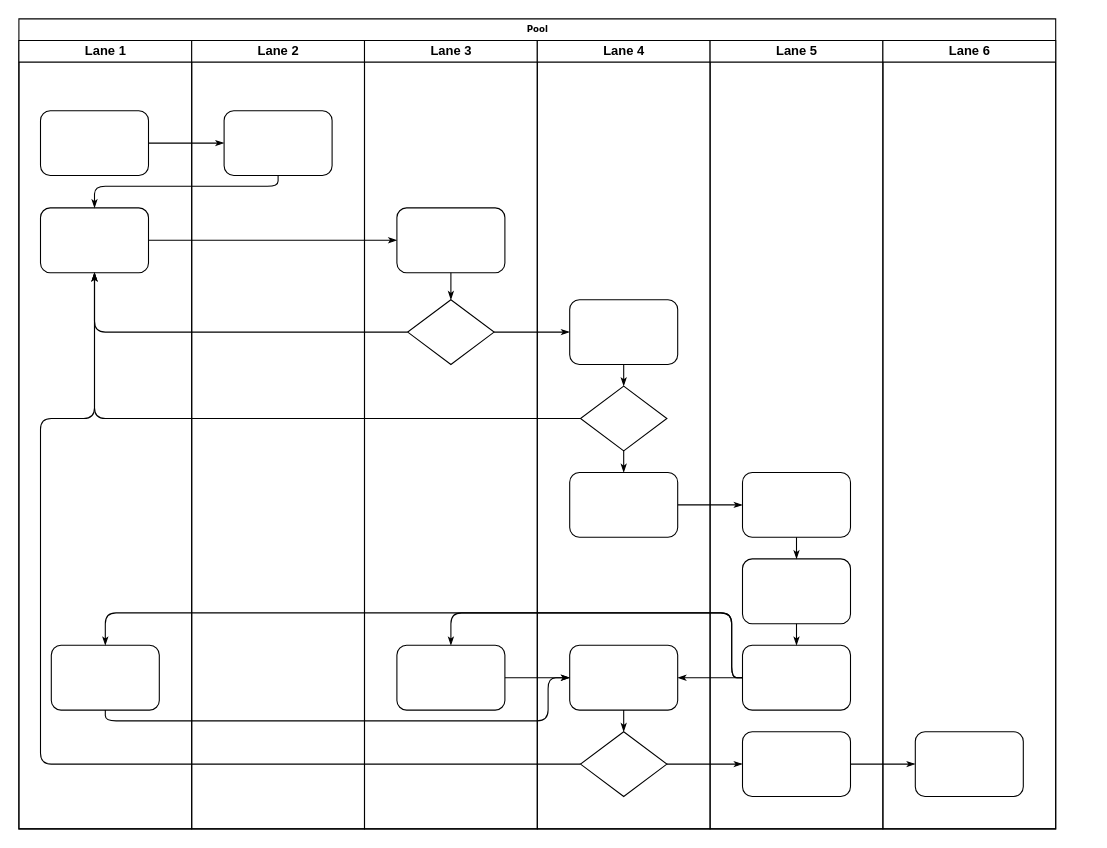
Earlier version of the draw.io diagram diagrams/poi流程.drawio (FElxy/notes). Source tidied: cells renumbered, new cells numbered last; positions are measured from the earlier drawing's top-left corner, leaving out a move shared by most shapes. Both pictures are drawn from the tidied source at 108%, with x=0, y=0 at pixel (18, 18).
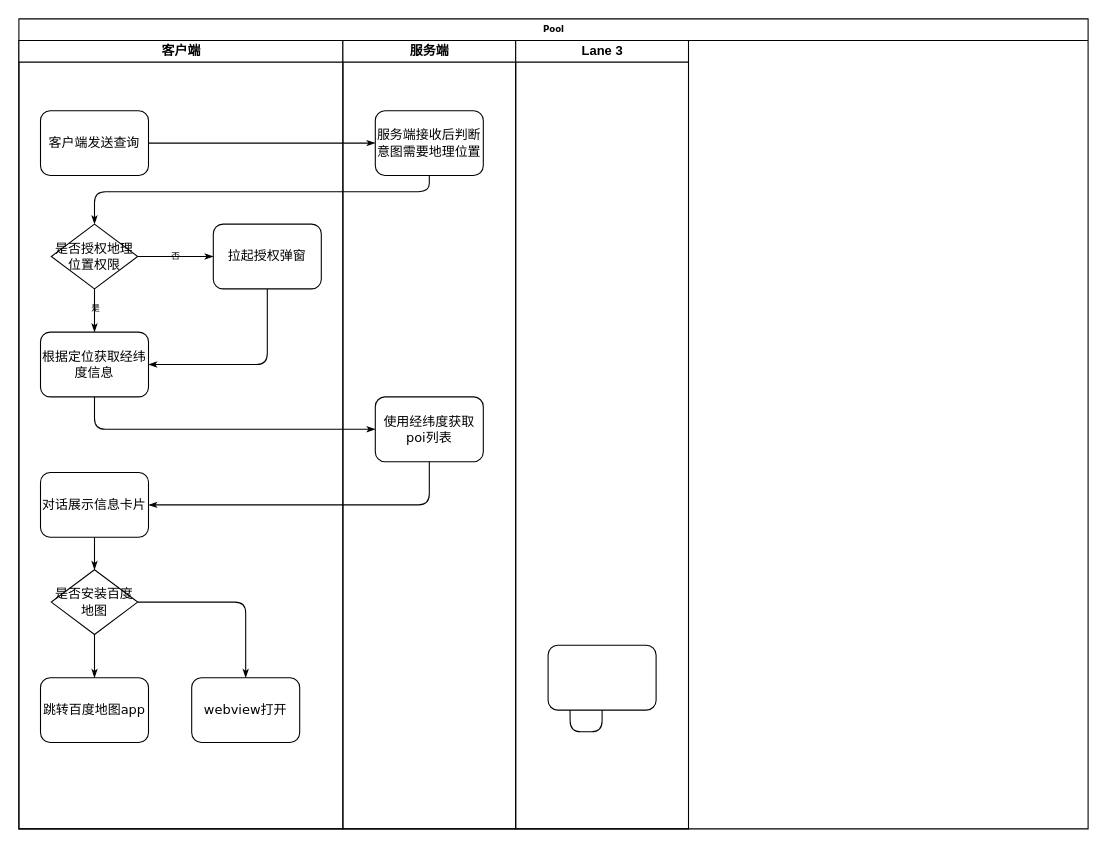
Above is the later version.

The change refers to these unchanged cells:
```xml
<mxCell id="27" style="rounded=1;whiteSpace=wrap;html=1;shadow=0;labelBackgroundColor=none;strokeWidth=1;fontFamily=Verdana;fontSize=8;align=center;" parent="24" vertex="1">
  <mxGeometry x="30" y="560" width="100" height="60" as="geometry" />
</mxCell>
```

Diff of the diagram source:
```diff
@@
     <mxCell id="2" value="Pool" style="swimlane;html=1;startSize=20;rounded=0;shadow=0;labelBackgroundColor=none;strokeWidth=1;fontFamily=Verdana;fontSize=8;align=center;" parent="1" vertex="1">
-      <mxGeometry width="960" height="750" as="geometry" />
+      <mxGeometry width="990" height="750" as="geometry" />
     </mxCell>
+    <mxCell id="7" style="edgeStyle=orthogonalEdgeStyle;rounded=1;html=1;labelBackgroundColor=none;startArrow=none;startFill=0;startSize=5;endArrow=classicThin;endFill=1;endSize=5;jettySize=auto;strokeWidth=1;fontFamily=Verdana;fontSize=8;" parent="2" edge="1" source="4" target="23">
+      <mxGeometry relative="1" as="geometry" />
+    </mxCell>
+    <mxCell id="8" style="edgeStyle=orthogonalEdgeStyle;rounded=1;html=1;labelBackgroundColor=none;startArrow=none;startFill=0;startSize=5;endArrow=classicThin;endFill=1;endSize=5;jettySize=auto;strokeWidth=1;fontFamily=Verdana;fontSize=8;entryX=0.5;entryY=0;entryDx=0;entryDy=0;exitX=0.5;exitY=1;exitDx=0;exitDy=0;" parent="2" edge="1" source="23" target="49">
+      <mxGeometry relative="1" as="geometry">
+        <Array as="points">
+          <mxPoint x="380" y="160" />
+          <mxPoint x="70" y="160" />
+        </Array>
+      </mxGeometry>
+    </mxCell>
+    <mxCell id="21" style="edgeStyle=orthogonalEdgeStyle;rounded=1;html=1;labelBackgroundColor=none;startArrow=none;startFill=0;startSize=5;endArrow=classicThin;endFill=1;endSize=5;jettySize=auto;strokeWidth=1;fontFamily=Verdana;fontSize=8;" parent="2" edge="1" source="27">
+      <mxGeometry relative="1" as="geometry">
+        <mxPoint x="510" y="610" as="targetPoint" />
+      </mxGeometry>
+    </mxCell>
-    <mxCell id="3" value="Lane 1" style="swimlane;html=1;startSize=20;" parent="2" vertex="1">
-      <mxGeometry y="20" width="160" height="730" as="geometry" />
+    <mxCell id="3" value="客户端" style="swimlane;html=1;startSize=20;" parent="2" vertex="1">
+      <mxGeometry y="20" width="300" height="730" as="geometry" />
     </mxCell>
-    <mxCell id="4" style="rounded=1;whiteSpace=wrap;html=1;shadow=0;labelBackgroundColor=none;strokeWidth=1;fontFamily=Verdana;fontSize=8;align=center;" parent="3" vertex="1">
+    <mxCell id="4" value="&lt;font style=&quot;font-size: 12px;&quot;&gt;客户端发送查询&lt;/font&gt;" style="rounded=1;whiteSpace=wrap;html=1;shadow=0;labelBackgroundColor=none;strokeWidth=1;fontFamily=Verdana;fontSize=8;align=center;" parent="3" vertex="1">
       <mxGeometry x="20" y="65" width="100" height="60" as="geometry" />
     </mxCell>
-    <mxCell id="5" style="rounded=1;whiteSpace=wrap;html=1;shadow=0;labelBackgroundColor=none;strokeWidth=1;fontFamily=Verdana;fontSize=8;align=center;" parent="3" vertex="1">
-      <mxGeometry x="20" y="155" width="100" height="60" as="geometry" />
-    </mxCell>
-    <mxCell id="6" style="rounded=1;whiteSpace=wrap;html=1;shadow=0;labelBackgroundColor=none;strokeWidth=1;fontFamily=Verdana;fontSize=8;align=center;" parent="3" vertex="1">
-      <mxGeometry x="30" y="560" width="100" height="60" as="geometry" />
+    <mxCell id="6" value="&lt;font style=&quot;font-size: 12px;&quot;&gt;根据定位获取经纬度信息&lt;/font&gt;" style="rounded=1;whiteSpace=wrap;html=1;shadow=0;labelBackgroundColor=none;strokeWidth=1;fontFamily=Verdana;fontSize=8;align=center;" parent="3" vertex="1">
+      <mxGeometry x="20" y="270" width="100" height="60" as="geometry" />
     </mxCell>
-    <mxCell id="7" style="edgeStyle=orthogonalEdgeStyle;rounded=1;html=1;labelBackgroundColor=none;startArrow=none;startFill=0;startSize=5;endArrow=classicThin;endFill=1;endSize=5;jettySize=auto;strokeWidth=1;fontFamily=Verdana;fontSize=8;" parent="2" edge="1" source="4" target="23">
-      <mxGeometry relative="1" as="geometry" />
-    </mxCell>
-    <mxCell id="8" style="edgeStyle=orthogonalEdgeStyle;rounded=1;html=1;labelBackgroundColor=none;startArrow=none;startFill=0;startSize=5;endArrow=classicThin;endFill=1;endSize=5;jettySize=auto;strokeWidth=1;fontFamily=Verdana;fontSize=8;" parent="2" edge="1" source="23" target="5">
-      <mxGeometry relative="1" as="geometry">
-        <Array as="points">
-          <mxPoint x="240" y="155" />
-          <mxPoint x="70" y="155" />
-        </Array>
-      </mxGeometry>
-    </mxCell>
+    <mxCell id="47" style="edgeStyle=orthogonalEdgeStyle;rounded=1;jettySize=auto;html=1;exitX=0.5;exitY=1;exitDx=0;exitDy=0;strokeColor=default;strokeWidth=1;align=center;verticalAlign=middle;fontFamily=Verdana;fontSize=8;fontColor=default;labelBackgroundColor=none;startArrow=none;startFill=0;startSize=5;endArrow=classicThin;endFill=1;endSize=5;" parent="3" edge="1" source="49" target="6">
+      <mxGeometry relative="1" as="geometry" />
+    </mxCell>
+    <mxCell id="48" value="是" style="edgeLabel;html=1;align=center;verticalAlign=middle;rounded=1;strokeColor=default;strokeWidth=1;fontFamily=Verdana;fontSize=8;fontColor=default;labelBackgroundColor=none;" parent="47" vertex="1">
+      <mxGeometry x="-0.13" relative="1" as="geometry" />
+    </mxCell>
+    <mxCell id="49" value="&lt;font style=&quot;font-size: 12px;&quot;&gt;是否授权地理位置权限&lt;/font&gt;" style="rhombus;whiteSpace=wrap;html=1;rounded=0;shadow=0;labelBackgroundColor=none;strokeWidth=1;fontFamily=Verdana;fontSize=8;align=center;" parent="3" vertex="1">
+      <mxGeometry x="30" y="170" width="80" height="60" as="geometry" />
+    </mxCell>
+    <mxCell id="50" style="edgeStyle=orthogonalEdgeStyle;rounded=1;jettySize=auto;html=1;exitX=0.5;exitY=1;exitDx=0;exitDy=0;entryX=1;entryY=0.5;entryDx=0;entryDy=0;strokeColor=default;strokeWidth=1;align=center;verticalAlign=middle;fontFamily=Verdana;fontSize=8;fontColor=default;labelBackgroundColor=none;startArrow=none;startFill=0;startSize=5;endArrow=classicThin;endFill=1;endSize=5;" parent="3" edge="1" source="25" target="6">
+      <mxGeometry relative="1" as="geometry" />
+    </mxCell>
+    <mxCell id="25" value="&lt;font style=&quot;font-size: 12px;&quot;&gt;拉起授权弹窗&lt;/font&gt;" style="rounded=1;whiteSpace=wrap;html=1;shadow=0;labelBackgroundColor=none;strokeWidth=1;fontFamily=Verdana;fontSize=8;align=center;" parent="3" vertex="1">
+      <mxGeometry x="180" y="170" width="100" height="60" as="geometry" />
+    </mxCell>
-    <mxCell id="9" style="edgeStyle=orthogonalEdgeStyle;rounded=1;html=1;labelBackgroundColor=none;startArrow=none;startFill=0;startSize=5;endArrow=classicThin;endFill=1;endSize=5;jettySize=auto;strokeWidth=1;fontFamily=Verdana;fontSize=8;" parent="2" edge="1" source="5" target="25">
+    <mxCell id="9" value="否" style="edgeStyle=orthogonalEdgeStyle;rounded=1;html=1;labelBackgroundColor=none;startArrow=none;startFill=0;startSize=5;endArrow=classicThin;endFill=1;endSize=5;jettySize=auto;strokeWidth=1;fontFamily=Verdana;fontSize=8;exitX=1;exitY=0.5;exitDx=0;exitDy=0;" parent="3" edge="1" source="49" target="25">
       <mxGeometry relative="1" as="geometry" />
     </mxCell>
-    <mxCell id="10" style="edgeStyle=orthogonalEdgeStyle;rounded=1;html=1;labelBackgroundColor=none;startArrow=none;startFill=0;startSize=5;endArrow=classicThin;endFill=1;endSize=5;jettySize=auto;strokeWidth=1;fontFamily=Verdana;fontSize=8;" parent="2" edge="1" source="26" target="5">
-      <mxGeometry relative="1" as="geometry" />
-    </mxCell>
-    <mxCell id="11" style="edgeStyle=orthogonalEdgeStyle;rounded=1;html=1;labelBackgroundColor=none;startArrow=none;startFill=0;startSize=5;endArrow=classicThin;endFill=1;endSize=5;jettySize=auto;strokeWidth=1;fontFamily=Verdana;fontSize=8;" parent="2" edge="1" source="31" target="5">
-      <mxGeometry relative="1" as="geometry" />
-    </mxCell>
-    <mxCell id="12" style="edgeStyle=orthogonalEdgeStyle;rounded=1;html=1;labelBackgroundColor=none;startArrow=none;startFill=0;startSize=5;endArrow=classicThin;endFill=1;endSize=5;jettySize=auto;strokeWidth=1;fontFamily=Verdana;fontSize=8;" parent="2" edge="1" source="34" target="5">
-      <mxGeometry relative="1" as="geometry">
-        <Array as="points">
-          <mxPoint x="20" y="690" />
-          <mxPoint x="20" y="370" />
-          <mxPoint x="70" y="370" />
-        </Array>
-      </mxGeometry>
-    </mxCell>
-    <mxCell id="13" style="edgeStyle=orthogonalEdgeStyle;rounded=1;html=1;labelBackgroundColor=none;startArrow=none;startFill=0;startSize=5;endArrow=classicThin;endFill=1;endSize=5;jettySize=auto;strokeWidth=1;fontFamily=Verdana;fontSize=8;" parent="2" edge="1" source="26" target="30">
-      <mxGeometry relative="1" as="geometry" />
-    </mxCell>
-    <mxCell id="14" style="edgeStyle=orthogonalEdgeStyle;rounded=1;html=1;labelBackgroundColor=none;startArrow=none;startFill=0;startSize=5;endArrow=classicThin;endFill=1;endSize=5;jettySize=auto;strokeWidth=1;fontFamily=Verdana;fontSize=8;" parent="2" edge="1" source="34" target="42">
-      <mxGeometry relative="1" as="geometry" />
-    </mxCell>
-    <mxCell id="15" style="edgeStyle=orthogonalEdgeStyle;rounded=1;html=1;labelBackgroundColor=none;startArrow=none;startFill=0;startSize=5;endArrow=classicThin;endFill=1;endSize=5;jettySize=auto;strokeWidth=1;fontFamily=Verdana;fontSize=8;" parent="2" edge="1" source="42" target="46">
-      <mxGeometry relative="1" as="geometry" />
-    </mxCell>
-    <mxCell id="16" style="edgeStyle=orthogonalEdgeStyle;rounded=1;html=1;labelBackgroundColor=none;startArrow=none;startFill=0;startSize=5;endArrow=classicThin;endFill=1;endSize=5;jettySize=auto;strokeWidth=1;fontFamily=Verdana;fontSize=8;" parent="2" edge="1" source="32" target="39">
-      <mxGeometry relative="1" as="geometry" />
-    </mxCell>
-    <mxCell id="17" style="edgeStyle=orthogonalEdgeStyle;rounded=1;html=1;labelBackgroundColor=none;startArrow=none;startFill=0;startSize=5;endArrow=classicThin;endFill=1;endSize=5;jettySize=auto;strokeWidth=1;fontFamily=Verdana;fontSize=8;" parent="2" edge="1" source="41" target="27">
-      <mxGeometry relative="1" as="geometry">
-        <Array as="points">
-          <mxPoint x="660" y="610" />
-          <mxPoint x="660" y="550" />
-          <mxPoint x="400" y="550" />
-        </Array>
-      </mxGeometry>
-    </mxCell>
-    <mxCell id="18" style="edgeStyle=orthogonalEdgeStyle;rounded=1;html=1;labelBackgroundColor=none;startArrow=none;startFill=0;startSize=5;endArrow=classicThin;endFill=1;endSize=5;jettySize=auto;strokeColor=#000000;strokeWidth=1;fontFamily=Verdana;fontSize=8;fontColor=#000000;" parent="2" edge="1" source="41" target="33">
-      <mxGeometry relative="1" as="geometry" />
-    </mxCell>
-    <mxCell id="19" style="edgeStyle=orthogonalEdgeStyle;rounded=1;html=1;labelBackgroundColor=none;startArrow=none;startFill=0;startSize=5;endArrow=classicThin;endFill=1;endSize=5;jettySize=auto;strokeWidth=1;fontFamily=Verdana;fontSize=8;" parent="2" edge="1" source="41" target="6">
-      <mxGeometry relative="1" as="geometry">
-        <Array as="points">
-          <mxPoint x="660" y="610" />
-          <mxPoint x="660" y="550" />
-          <mxPoint x="80" y="550" />
-        </Array>
-      </mxGeometry>
-    </mxCell>
-    <mxCell id="20" style="edgeStyle=orthogonalEdgeStyle;rounded=1;html=1;labelBackgroundColor=none;startArrow=none;startFill=0;startSize=5;endArrow=classicThin;endFill=1;endSize=5;jettySize=auto;strokeWidth=1;fontFamily=Verdana;fontSize=8;" parent="2" edge="1" source="6" target="33">
-      <mxGeometry relative="1" as="geometry">
-        <Array as="points">
-          <mxPoint x="80" y="650" />
-          <mxPoint x="490" y="650" />
-          <mxPoint x="490" y="610" />
-        </Array>
-      </mxGeometry>
-    </mxCell>
-    <mxCell id="21" style="edgeStyle=orthogonalEdgeStyle;rounded=1;html=1;labelBackgroundColor=none;startArrow=none;startFill=0;startSize=5;endArrow=classicThin;endFill=1;endSize=5;jettySize=auto;strokeWidth=1;fontFamily=Verdana;fontSize=8;" parent="2" edge="1" source="27" target="33">
-      <mxGeometry relative="1" as="geometry" />
-    </mxCell>
+    <mxCell id="51" style="edgeStyle=orthogonalEdgeStyle;rounded=1;jettySize=auto;html=1;exitX=0.5;exitY=1;exitDx=0;exitDy=0;strokeColor=default;strokeWidth=1;align=center;verticalAlign=middle;fontFamily=Verdana;fontSize=8;fontColor=default;labelBackgroundColor=none;startArrow=none;startFill=0;startSize=5;endArrow=classicThin;endFill=1;endSize=5;" parent="3" edge="1" source="52" target="26">
+      <mxGeometry relative="1" as="geometry" />
+    </mxCell>
+    <mxCell id="52" value="&lt;font style=&quot;font-size: 12px;&quot;&gt;对话展示信息卡片&lt;/font&gt;" style="rounded=1;whiteSpace=wrap;html=1;shadow=0;labelBackgroundColor=none;strokeWidth=1;fontFamily=Verdana;fontSize=8;align=center;" parent="3" vertex="1">
+      <mxGeometry x="20" y="400" width="100" height="60" as="geometry" />
+    </mxCell>
+    <mxCell id="53" value="&lt;font style=&quot;font-size: 12px;&quot;&gt;跳转百度地图app&lt;/font&gt;" style="rounded=1;whiteSpace=wrap;html=1;shadow=0;labelBackgroundColor=none;strokeWidth=1;fontFamily=Verdana;fontSize=8;align=center;" parent="3" vertex="1">
+      <mxGeometry x="20" y="590" width="100" height="60" as="geometry" />
+    </mxCell>
+    <mxCell id="54" style="edgeStyle=orthogonalEdgeStyle;rounded=1;jettySize=auto;html=1;exitX=0.5;exitY=1;exitDx=0;exitDy=0;strokeColor=default;strokeWidth=1;align=center;verticalAlign=middle;fontFamily=Verdana;fontSize=8;fontColor=default;labelBackgroundColor=none;startArrow=none;startFill=0;startSize=5;endArrow=classicThin;endFill=1;endSize=5;" parent="3" edge="1" source="26" target="53">
+      <mxGeometry relative="1" as="geometry" />
+    </mxCell>
+    <mxCell id="55" style="edgeStyle=orthogonalEdgeStyle;rounded=1;jettySize=auto;html=1;exitX=1;exitY=0.5;exitDx=0;exitDy=0;strokeColor=default;strokeWidth=1;align=center;verticalAlign=middle;fontFamily=Verdana;fontSize=8;fontColor=default;labelBackgroundColor=none;startArrow=none;startFill=0;startSize=5;endArrow=classicThin;endFill=1;endSize=5;" parent="3" edge="1" source="26" target="56">
+      <mxGeometry relative="1" as="geometry" />
+    </mxCell>
+    <mxCell id="26" value="&lt;font style=&quot;font-size: 12px;&quot;&gt;是否安装百度地图&lt;/font&gt;" style="rhombus;whiteSpace=wrap;html=1;rounded=0;shadow=0;labelBackgroundColor=none;strokeWidth=1;fontFamily=Verdana;fontSize=8;align=center;" parent="3" vertex="1">
+      <mxGeometry x="30" y="490" width="80" height="60" as="geometry" />
+    </mxCell>
+    <mxCell id="56" value="&lt;font style=&quot;font-size: 12px;&quot;&gt;webview打开&lt;/font&gt;" style="rounded=1;whiteSpace=wrap;html=1;shadow=0;labelBackgroundColor=none;strokeWidth=1;fontFamily=Verdana;fontSize=8;align=center;" parent="3" vertex="1">
+      <mxGeometry x="160" y="590" width="100" height="60" as="geometry" />
+    </mxCell>
-    <mxCell id="22" value="Lane 2" style="swimlane;html=1;startSize=20;" parent="2" vertex="1">
-      <mxGeometry x="160" y="20" width="160" height="730" as="geometry" />
+    <mxCell id="22" value="服务端" style="swimlane;html=1;startSize=20;" parent="2" vertex="1">
+      <mxGeometry x="300" y="20" width="160" height="730" as="geometry" />
     </mxCell>
-    <mxCell id="23" style="rounded=1;whiteSpace=wrap;html=1;shadow=0;labelBackgroundColor=none;strokeWidth=1;fontFamily=Verdana;fontSize=8;align=center;" parent="22" vertex="1">
+    <mxCell id="23" value="&lt;font style=&quot;font-size: 12px;&quot;&gt;服务端接收后判断意图需要地理位置&lt;/font&gt;" style="rounded=1;whiteSpace=wrap;html=1;shadow=0;labelBackgroundColor=none;strokeWidth=1;fontFamily=Verdana;fontSize=8;align=center;" parent="22" vertex="1">
       <mxGeometry x="30" y="65" width="100" height="60" as="geometry" />
     </mxCell>
+    <mxCell id="57" value="&lt;font style=&quot;font-size: 12px;&quot;&gt;使用经纬度获取poi列表&lt;/font&gt;" style="rounded=1;whiteSpace=wrap;html=1;shadow=0;labelBackgroundColor=none;strokeWidth=1;fontFamily=Verdana;fontSize=8;align=center;" parent="22" vertex="1">
+      <mxGeometry x="30" y="330" width="100" height="60" as="geometry" />
+    </mxCell>
     <mxCell id="24" value="Lane 3" style="swimlane;html=1;startSize=20;" parent="2" vertex="1">
-      <mxGeometry x="320" y="20" width="160" height="730" as="geometry" />
+      <mxGeometry x="460" y="20" width="160" height="730" as="geometry" />
     </mxCell>
-    <mxCell id="25" style="rounded=1;whiteSpace=wrap;html=1;shadow=0;labelBackgroundColor=none;strokeWidth=1;fontFamily=Verdana;fontSize=8;align=center;" parent="24" vertex="1">
-      <mxGeometry x="30" y="155" width="100" height="60" as="geometry" />
-    </mxCell>
-    <mxCell id="26" style="rhombus;whiteSpace=wrap;html=1;rounded=0;shadow=0;labelBackgroundColor=none;strokeWidth=1;fontFamily=Verdana;fontSize=8;align=center;" parent="24" vertex="1">
-      <mxGeometry x="40" y="240" width="80" height="60" as="geometry" />
-    </mxCell>
@@
-    <mxCell id="28" style="edgeStyle=orthogonalEdgeStyle;rounded=1;html=1;labelBackgroundColor=none;startArrow=none;startFill=0;startSize=5;endArrow=classicThin;endFill=1;endSize=5;jettySize=auto;strokeWidth=1;fontFamily=Verdana;fontSize=8;" parent="24" edge="1" source="25" target="26">
-      <mxGeometry relative="1" as="geometry" />
-    </mxCell>
-    <mxCell id="29" value="Lane 4" style="swimlane;html=1;startSize=20;" parent="2" vertex="1">
-      <mxGeometry x="480" y="20" width="160" height="730" as="geometry" />
-    </mxCell>
-    <mxCell id="30" style="rounded=1;whiteSpace=wrap;html=1;shadow=0;labelBackgroundColor=none;strokeWidth=1;fontFamily=Verdana;fontSize=8;align=center;" parent="29" vertex="1">
-      <mxGeometry x="30" y="240" width="100" height="60" as="geometry" />
-    </mxCell>
-    <mxCell id="31" style="rhombus;whiteSpace=wrap;html=1;rounded=0;shadow=0;labelBackgroundColor=none;strokeWidth=1;fontFamily=Verdana;fontSize=8;align=center;" parent="29" vertex="1">
-      <mxGeometry x="40" y="320" width="80" height="60" as="geometry" />
-    </mxCell>
-    <mxCell id="32" style="rounded=1;whiteSpace=wrap;html=1;shadow=0;labelBackgroundColor=none;strokeWidth=1;fontFamily=Verdana;fontSize=8;align=center;" parent="29" vertex="1">
-      <mxGeometry x="30" y="400" width="100" height="60" as="geometry" />
-    </mxCell>
-    <mxCell id="33" style="rounded=1;whiteSpace=wrap;html=1;shadow=0;labelBackgroundColor=none;strokeWidth=1;fontFamily=Verdana;fontSize=8;align=center;" parent="29" vertex="1">
-      <mxGeometry x="30" y="560" width="100" height="60" as="geometry" />
-    </mxCell>
-    <mxCell id="34" style="rhombus;whiteSpace=wrap;html=1;rounded=0;shadow=0;labelBackgroundColor=none;strokeWidth=1;fontFamily=Verdana;fontSize=8;align=center;" parent="29" vertex="1">
-      <mxGeometry x="40" y="640" width="80" height="60" as="geometry" />
-    </mxCell>
-    <mxCell id="35" style="edgeStyle=orthogonalEdgeStyle;rounded=1;html=1;labelBackgroundColor=none;startArrow=none;startFill=0;startSize=5;endArrow=classicThin;endFill=1;endSize=5;jettySize=auto;strokeColor=#000000;strokeWidth=1;fontFamily=Verdana;fontSize=8;fontColor=#000000;" parent="29" edge="1" source="30" target="31">
-      <mxGeometry relative="1" as="geometry" />
-    </mxCell>
-    <mxCell id="36" style="edgeStyle=orthogonalEdgeStyle;rounded=1;html=1;labelBackgroundColor=none;startArrow=none;startFill=0;startSize=5;endArrow=classicThin;endFill=1;endSize=5;jettySize=auto;strokeWidth=1;fontFamily=Verdana;fontSize=8;" parent="29" edge="1" source="31" target="32">
-      <mxGeometry relative="1" as="geometry" />
-    </mxCell>
-    <mxCell id="37" style="edgeStyle=orthogonalEdgeStyle;rounded=1;html=1;labelBackgroundColor=none;startArrow=none;startFill=0;startSize=5;endArrow=classicThin;endFill=1;endSize=5;jettySize=auto;strokeWidth=1;fontFamily=Verdana;fontSize=8;" parent="29" edge="1" source="33" target="34">
-      <mxGeometry relative="1" as="geometry" />
-    </mxCell>
-    <mxCell id="38" value="Lane 5" style="swimlane;html=1;startSize=20;" parent="2" vertex="1">
-      <mxGeometry x="640" y="20" width="160" height="730" as="geometry" />
-    </mxCell>
-    <mxCell id="39" style="rounded=1;whiteSpace=wrap;html=1;shadow=0;labelBackgroundColor=none;strokeWidth=1;fontFamily=Verdana;fontSize=8;align=center;" parent="38" vertex="1">
-      <mxGeometry x="30" y="400" width="100" height="60" as="geometry" />
-    </mxCell>
-    <mxCell id="40" style="rounded=1;whiteSpace=wrap;html=1;shadow=0;labelBackgroundColor=none;strokeWidth=1;fontFamily=Verdana;fontSize=8;align=center;" parent="38" vertex="1">
-      <mxGeometry x="30" y="480" width="100" height="60" as="geometry" />
-    </mxCell>
-    <mxCell id="41" style="rounded=1;whiteSpace=wrap;html=1;shadow=0;labelBackgroundColor=none;strokeWidth=1;fontFamily=Verdana;fontSize=8;align=center;" parent="38" vertex="1">
-      <mxGeometry x="30" y="560" width="100" height="60" as="geometry" />
-    </mxCell>
-    <mxCell id="42" style="rounded=1;whiteSpace=wrap;html=1;shadow=0;labelBackgroundColor=none;strokeWidth=1;fontFamily=Verdana;fontSize=8;align=center;" parent="38" vertex="1">
-      <mxGeometry x="30" y="640" width="100" height="60" as="geometry" />
-    </mxCell>
-    <mxCell id="43" style="edgeStyle=orthogonalEdgeStyle;rounded=1;html=1;labelBackgroundColor=none;startArrow=none;startFill=0;startSize=5;endArrow=classicThin;endFill=1;endSize=5;jettySize=auto;strokeWidth=1;fontFamily=Verdana;fontSize=8;" parent="38" edge="1" source="39" target="40">
-      <mxGeometry relative="1" as="geometry" />
-    </mxCell>
-    <mxCell id="44" style="edgeStyle=orthogonalEdgeStyle;rounded=1;html=1;labelBackgroundColor=none;startArrow=none;startFill=0;startSize=5;endArrow=classicThin;endFill=1;endSize=5;jettySize=auto;strokeWidth=1;fontFamily=Verdana;fontSize=8;" parent="38" edge="1" source="40" target="41">
-      <mxGeometry relative="1" as="geometry" />
-    </mxCell>
-    <mxCell id="45" value="Lane 6" style="swimlane;html=1;startSize=20;" parent="2" vertex="1">
-      <mxGeometry x="800" y="20" width="160" height="730" as="geometry" />
-    </mxCell>
-    <mxCell id="46" style="rounded=1;whiteSpace=wrap;html=1;shadow=0;labelBackgroundColor=none;strokeWidth=1;fontFamily=Verdana;fontSize=8;align=center;" parent="45" vertex="1">
-      <mxGeometry x="30" y="640" width="100" height="60" as="geometry" />
-    </mxCell>
+    <mxCell id="58" style="edgeStyle=orthogonalEdgeStyle;rounded=1;jettySize=auto;html=1;exitX=0.5;exitY=1;exitDx=0;exitDy=0;entryX=0;entryY=0.5;entryDx=0;entryDy=0;strokeColor=default;strokeWidth=1;align=center;verticalAlign=middle;fontFamily=Verdana;fontSize=8;fontColor=default;labelBackgroundColor=none;startArrow=none;startFill=0;startSize=5;endArrow=classicThin;endFill=1;endSize=5;" parent="2" edge="1" source="6" target="57">
+      <mxGeometry relative="1" as="geometry" />
+    </mxCell>
+    <mxCell id="59" style="edgeStyle=orthogonalEdgeStyle;rounded=1;jettySize=auto;html=1;exitX=0.5;exitY=1;exitDx=0;exitDy=0;entryX=1;entryY=0.5;entryDx=0;entryDy=0;strokeColor=default;strokeWidth=1;align=center;verticalAlign=middle;fontFamily=Verdana;fontSize=8;fontColor=default;labelBackgroundColor=none;startArrow=none;startFill=0;startSize=5;endArrow=classicThin;endFill=1;endSize=5;" parent="2" edge="1" source="57" target="52">
+      <mxGeometry relative="1" as="geometry" />
+    </mxCell>
```
